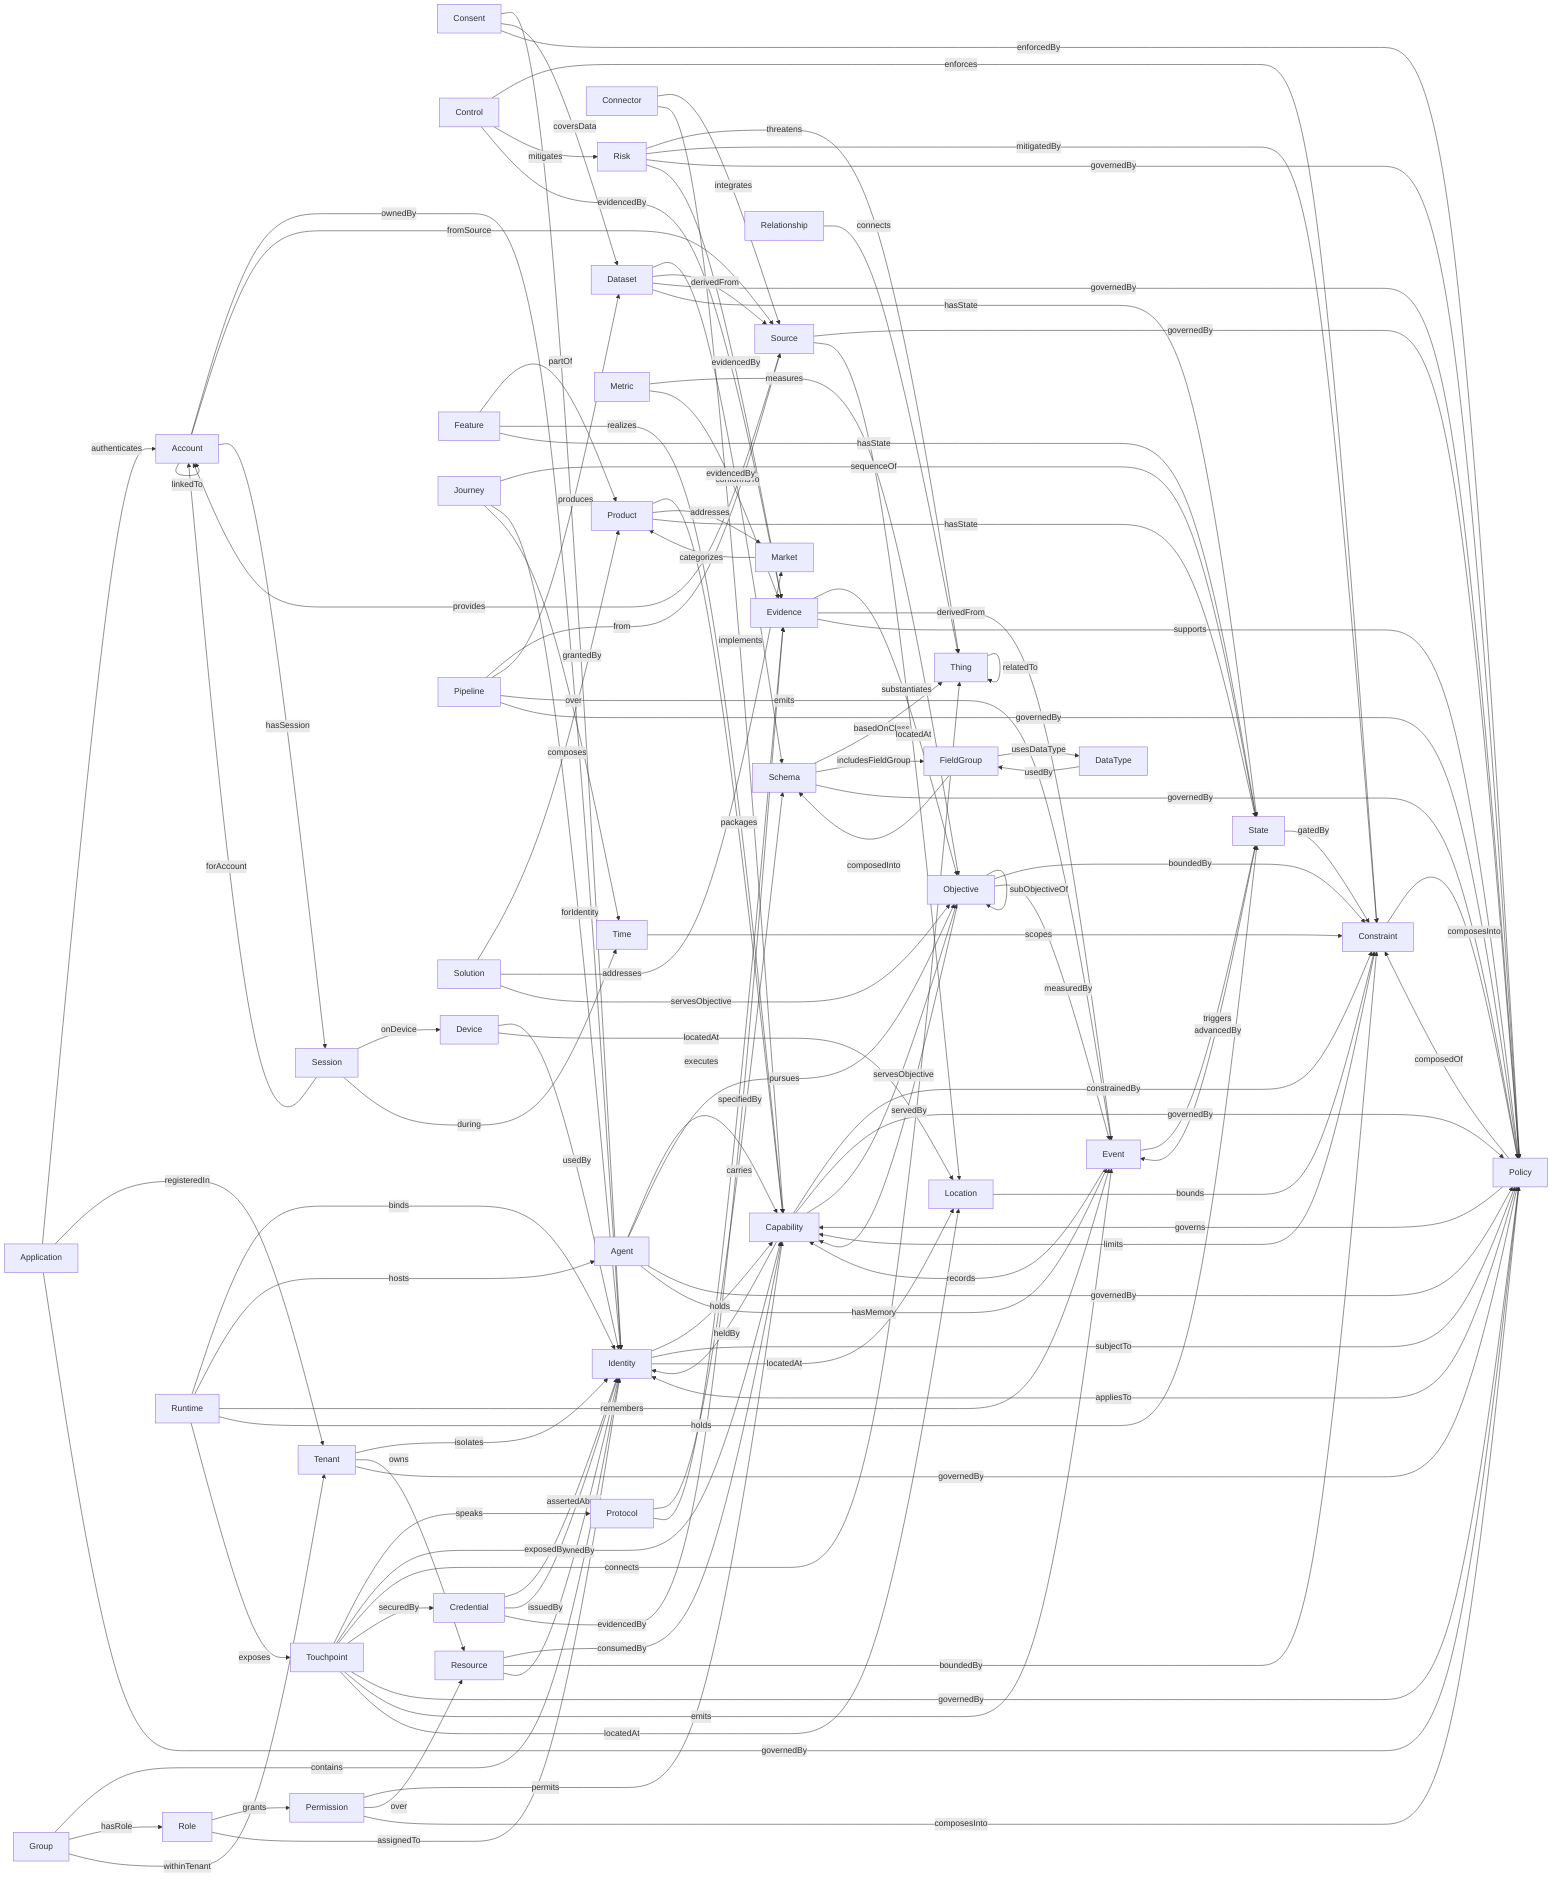
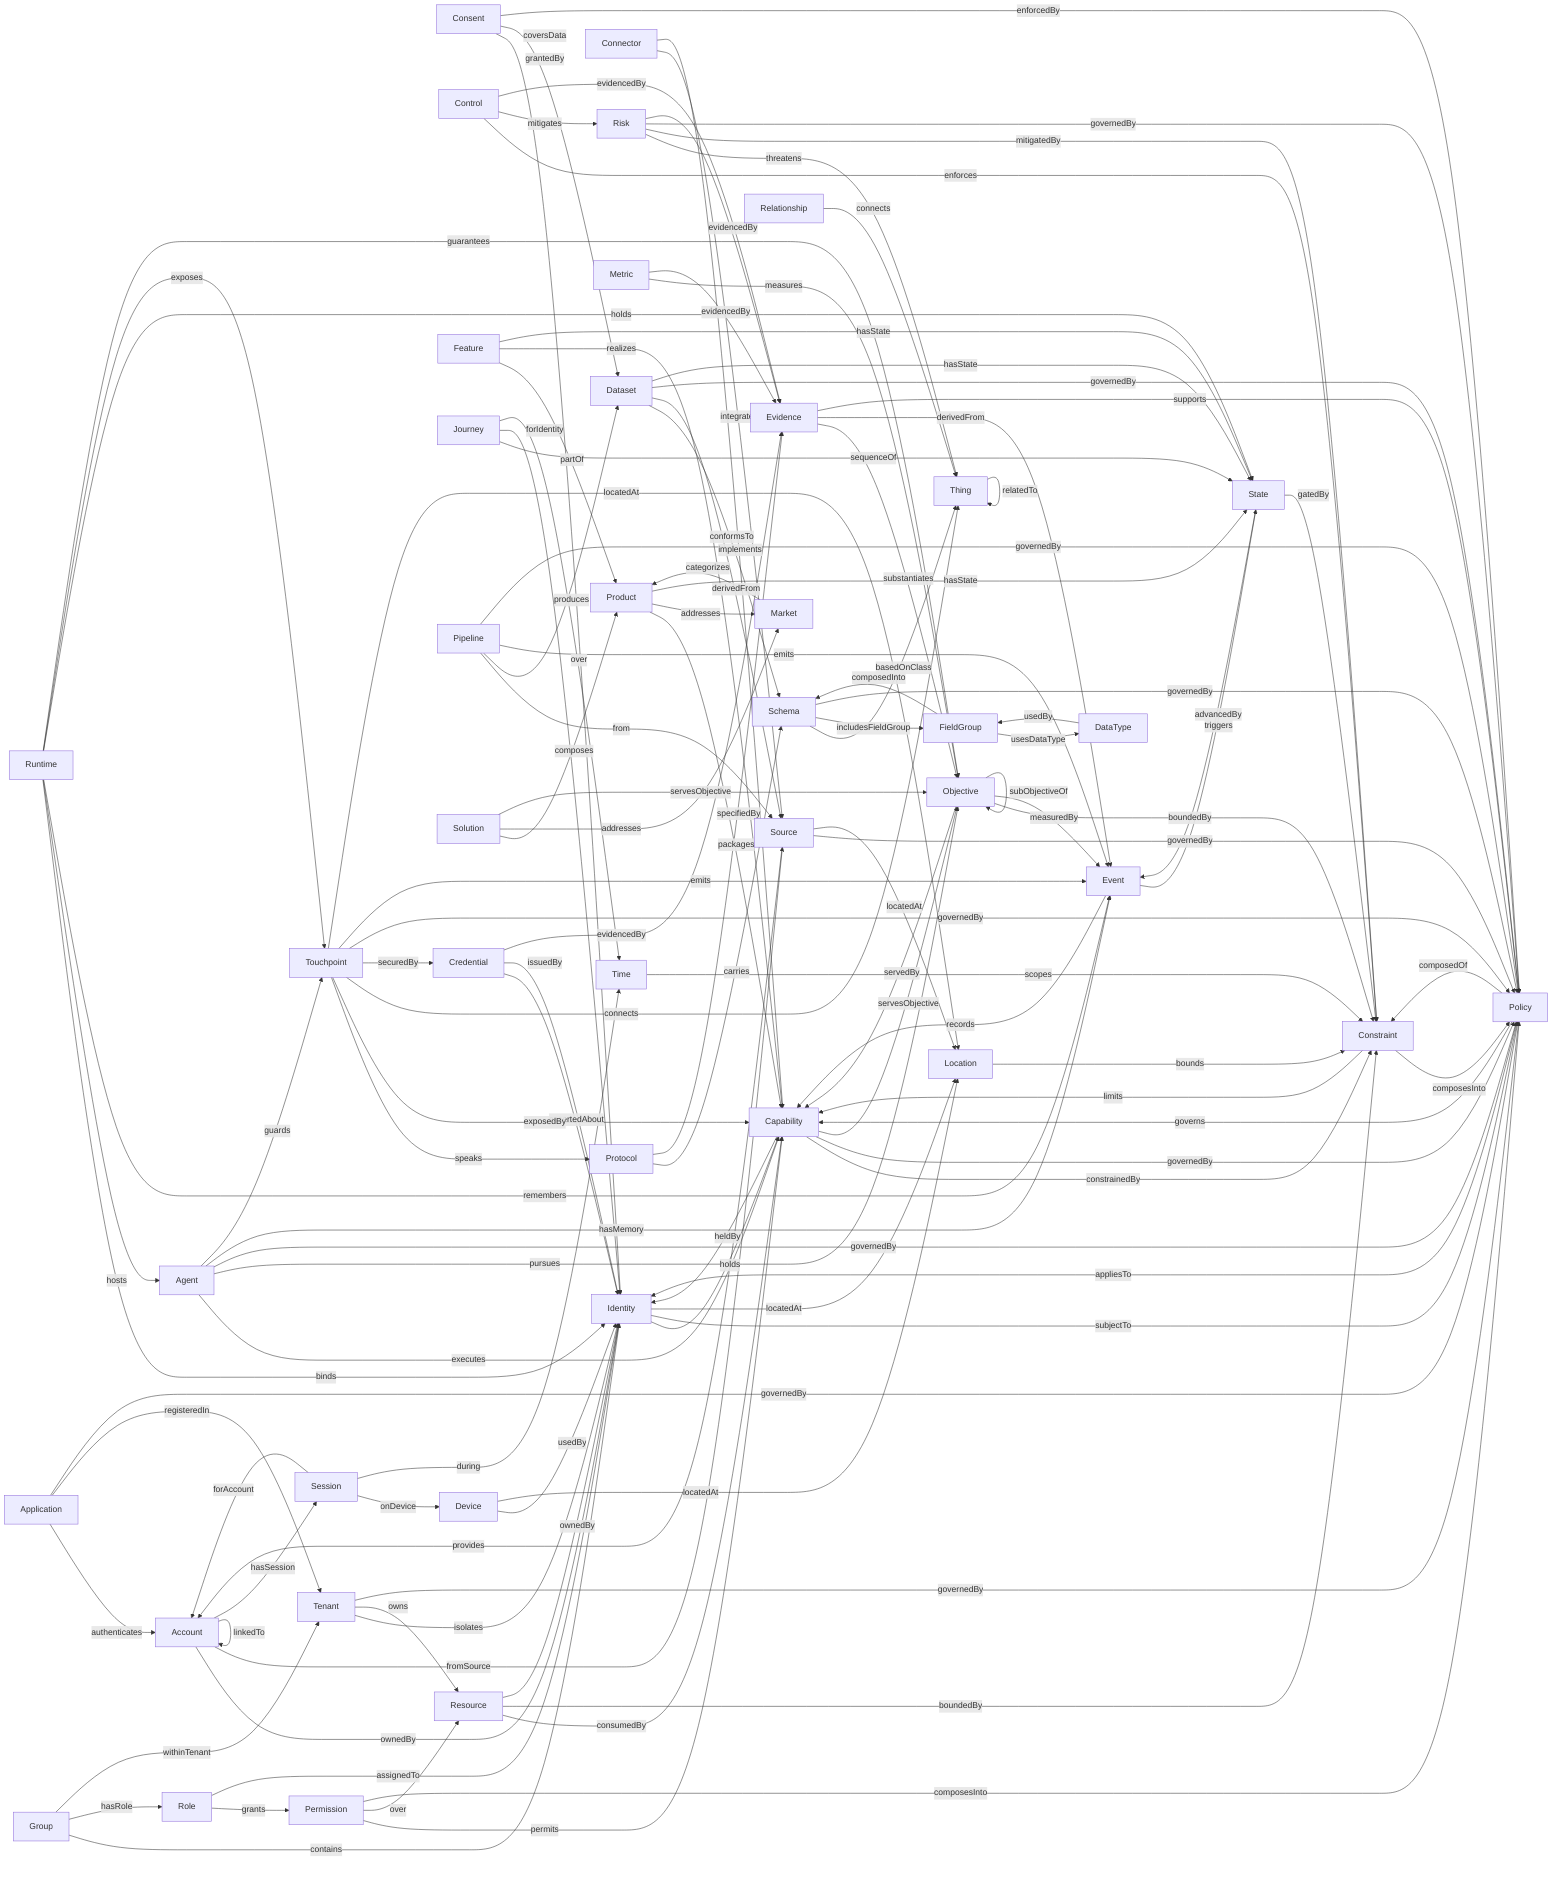
graph LR
  Account -->|ownedBy| Identity
  Account -->|fromSource| Source
  Account -->|linkedTo| Account
  Account -->|hasSession| Session
  Agent -->|executes| Capability
  Agent -->|pursues| Objective
  Agent -->|governedBy| Policy
  Agent -->|hasMemory| Event
+   Agent -->|guards| Touchpoint
  Application -->|authenticates| Account
  Application -->|registeredIn| Tenant
  Application -->|governedBy| Policy
  Capability -->|heldBy| Identity
  Capability -->|constrainedBy| Constraint
  Capability -->|governedBy| Policy
  Capability -->|servesObjective| Objective
  Connector -->|integrates| Source
  Connector -->|implements| Capability
  Consent -->|grantedBy| Identity
  Consent -->|coversData| Dataset
  Consent -->|enforcedBy| Policy
  Constraint -->|composesInto| Policy
  Constraint -->|limits| Capability
  Control -->|enforces| Constraint
  Control -->|mitigates| Risk
  Control -->|evidencedBy| Evidence
  Credential -->|assertedAbout| Identity
  Credential -->|issuedBy| Identity
  Credential -->|evidencedBy| Evidence
  DataType -->|usedBy| FieldGroup
  Dataset -->|conformsTo| Schema
  Dataset -->|derivedFrom| Source
  Dataset -->|governedBy| Policy
  Dataset -->|hasState| State
  Device -->|usedBy| Identity
  Device -->|locatedAt| Location
  Event -->|records| Capability
  Event -->|triggers| State
  Evidence -->|substantiates| Objective
  Evidence -->|derivedFrom| Event
  Evidence -->|supports| Policy
  Feature -->|partOf| Product
  Feature -->|realizes| Capability
  Feature -->|hasState| State
  FieldGroup -->|usesDataType| DataType
  FieldGroup -->|composedInto| Schema
  Group -->|contains| Identity
  Group -->|hasRole| Role
  Group -->|withinTenant| Tenant
  Identity -->|holds| Capability
  Identity -->|subjectTo| Policy
  Identity -->|locatedAt| Location
  Journey -->|sequenceOf| State
  Journey -->|forIdentity| Identity
  Journey -->|over| Time
  Location -->|bounds| Constraint
  Market -->|categorizes| Product
  Metric -->|measures| Objective
  Metric -->|evidencedBy| Evidence
  Objective -->|servedBy| Capability
  Objective -->|boundedBy| Constraint
  Objective -->|measuredBy| Event
  Objective -->|subObjectiveOf| Objective
  Permission -->|permits| Capability
  Permission -->|over| Resource
  Permission -->|composesInto| Policy
  Pipeline -->|from| Source
  Pipeline -->|produces| Dataset
  Pipeline -->|emits| Event
  Pipeline -->|governedBy| Policy
  Policy -->|composedOf| Constraint
  Policy -->|governs| Capability
  Policy -->|appliesTo| Identity
  Product -->|packages| Capability
  Product -->|addresses| Market
  Product -->|hasState| State
  Protocol -->|carries| Schema
  Protocol -->|specifiedBy| Evidence
  Relationship -->|connects| Thing
  Resource -->|consumedBy| Capability
  Resource -->|boundedBy| Constraint
  Resource -->|ownedBy| Identity
  Risk -->|threatens| Thing
  Risk -->|mitigatedBy| Constraint
  Risk -->|governedBy| Policy
  Risk -->|evidencedBy| Evidence
  Role -->|grants| Permission
  Role -->|assignedTo| Identity
  Runtime -->|binds| Identity
  Runtime -->|hosts| Agent
  Runtime -->|remembers| Event
  Runtime -->|holds| State
  Runtime -->|exposes| Touchpoint
+   Runtime -->|guarantees| Objective
  Schema -->|basedOnClass| Thing
  Schema -->|includesFieldGroup| FieldGroup
  Schema -->|governedBy| Policy
  Session -->|forAccount| Account
  Session -->|onDevice| Device
  Session -->|during| Time
  Solution -->|composes| Product
  Solution -->|addresses| Market
  Solution -->|servesObjective| Objective
  Source -->|provides| Account
  Source -->|governedBy| Policy
  Source -->|locatedAt| Location
  State -->|advancedBy| Event
  State -->|gatedBy| Constraint
  Tenant -->|isolates| Identity
  Tenant -->|owns| Resource
  Tenant -->|governedBy| Policy
  Thing -->|relatedTo| Thing
  Time -->|scopes| Constraint
  Touchpoint -->|speaks| Protocol
  Touchpoint -->|exposedBy| Capability
  Touchpoint -->|connects| Thing
  Touchpoint -->|securedBy| Credential
  Touchpoint -->|governedBy| Policy
  Touchpoint -->|emits| Event
  Touchpoint -->|locatedAt| Location
